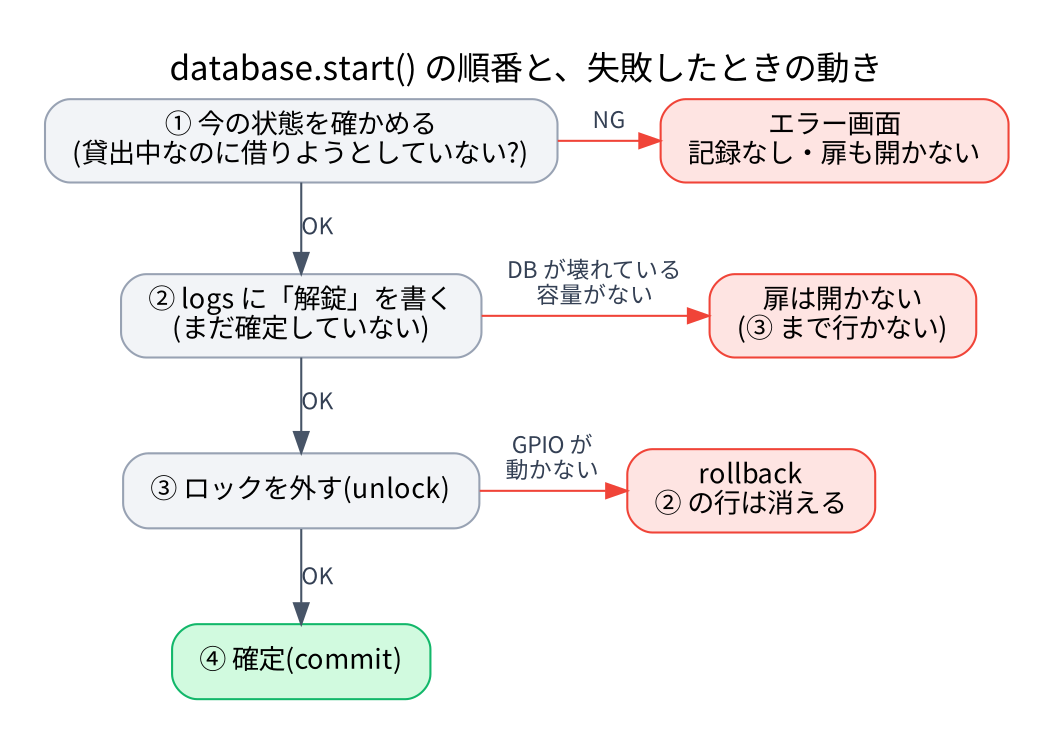
Before: docs/images/start_order.png, a diagram exported from Graphviz (giajoe24/secure-camera-rental-system). Its source is kept beside it as docs/images/start_order.dot.
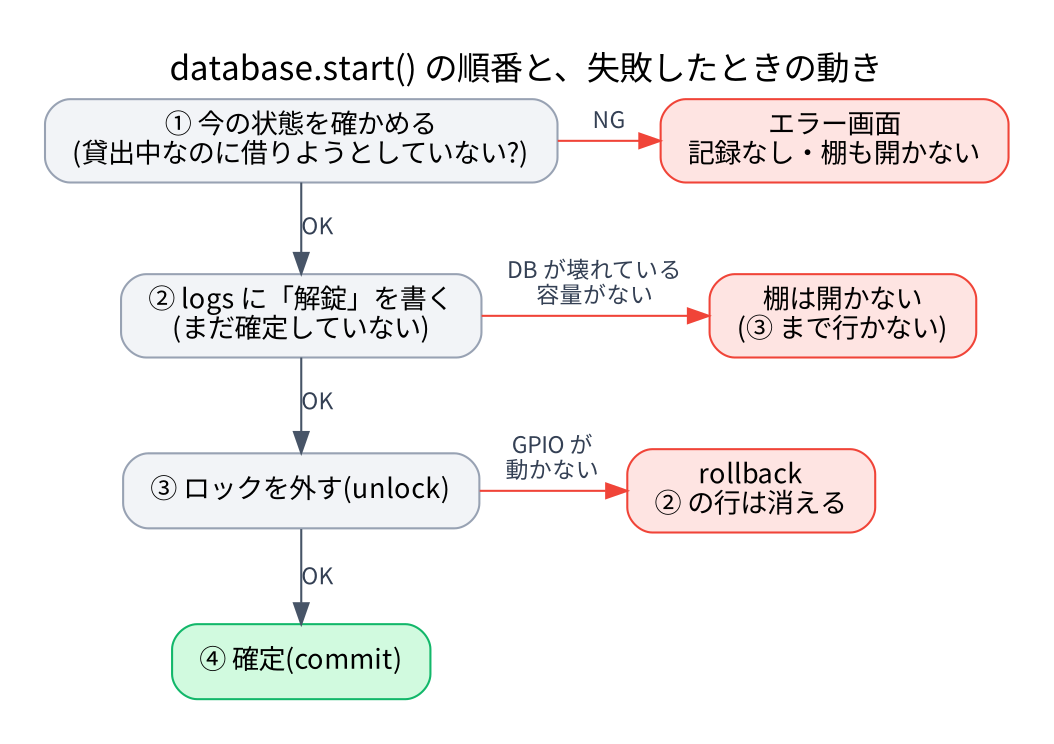
Above is the later version.

Diff of the diagram source:
```diff
@@ -8,8 +8,8 @@
   b [label="② logs に「解錠」を書く\n(まだ確定していない)"];
   c [label="③ ロックを外す(unlock)"];
   d [label="④ 確定(commit)", fillcolor="#D1FADF", color="#12B76A"];
-  e1 [label="エラー画面\n記録なし・扉も開かない", fillcolor="#FEE4E2", color="#F04438"];
-  e2 [label="扉は開かない\n(③ まで行かない)", fillcolor="#FEE4E2", color="#F04438"];
+  e1 [label="エラー画面\n記録なし・棚も開かない", fillcolor="#FEE4E2", color="#F04438"];
+  e2 [label="棚は開かない\n(③ まで行かない)", fillcolor="#FEE4E2", color="#F04438"];
   e3 [label="rollback\n② の行は消える", fillcolor="#FEE4E2", color="#F04438"];
   a -> b [label="OK"]; b -> c [label="OK"]; c -> d [label="OK"];
   a -> e1 [label="NG", color="#F04438"]; b -> e2 [label="DB が壊れている\n容量がない", color="#F04438"]; c -> e3 [label="GPIO が\n動かない", color="#F04438"];
```
